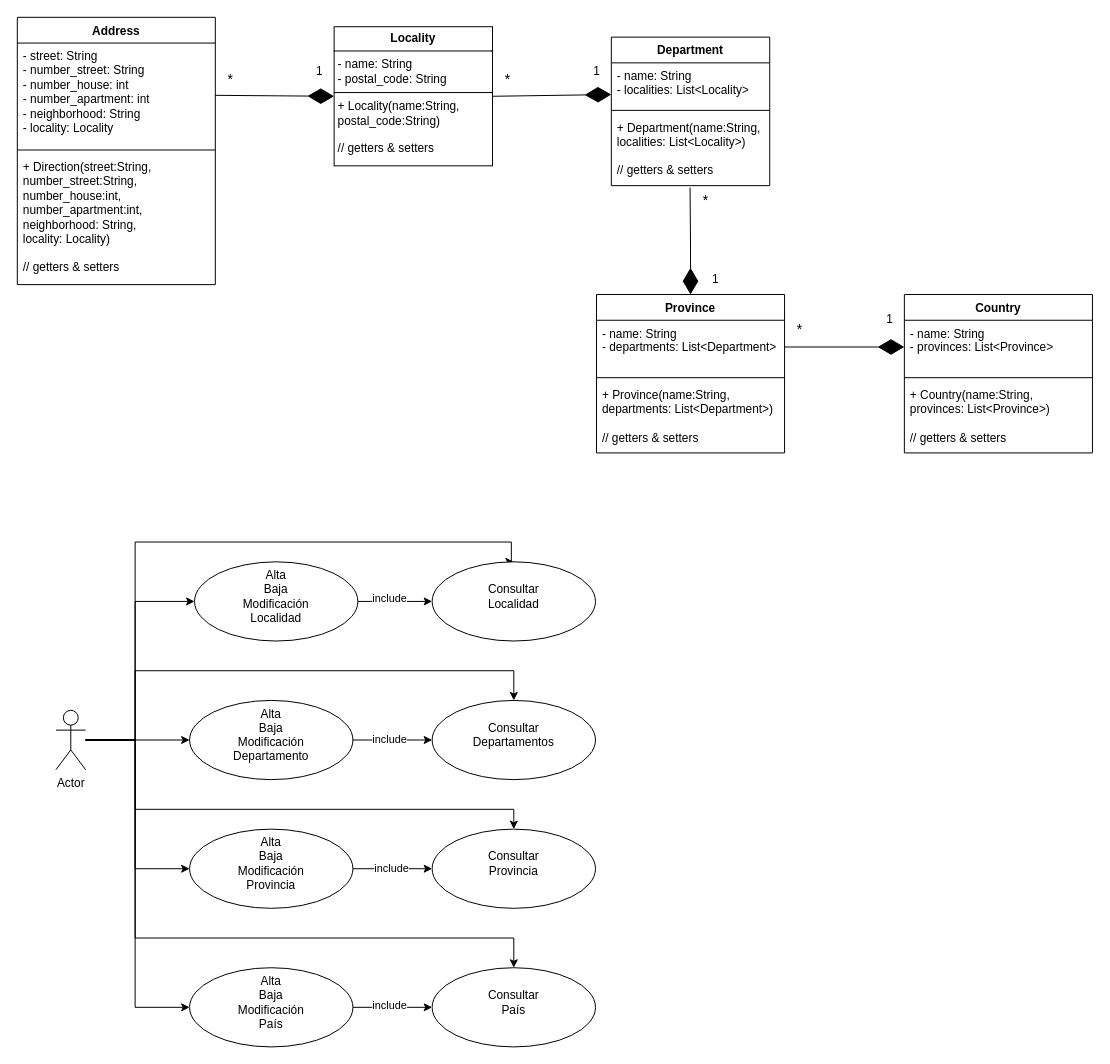
Above: TP1/tp1_1_a.drawio in AriC001/IS2-2025 (draw.io), before the change. Source tidied: cells renumbered, new cells numbered last; positions are measured from the earlier drawing's top-left corner, leaving out a move shared by most shapes. Both pictures are drawn from the tidied source at 99%, with x=0, y=0 at pixel (17, 17).
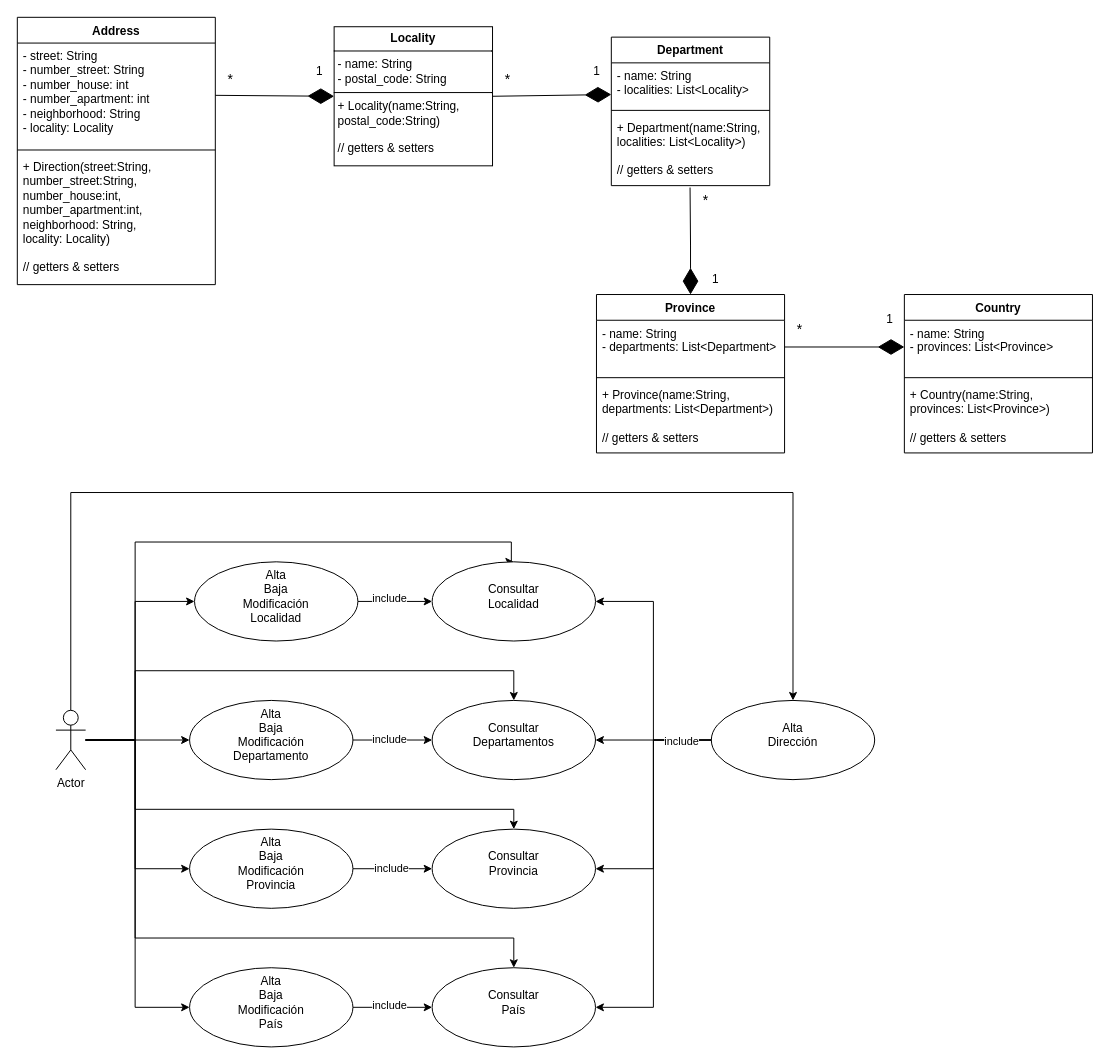
The same diagram, later.

Unchanged cells that the change refers to:
```xml
<mxCell id="10" value="Actor" style="shape=umlActor;verticalLabelPosition=bottom;verticalAlign=top;html=1;" parent="1" vertex="1">
  <mxGeometry x="39" y="700" width="30" height="60" as="geometry" />
</mxCell>
<mxCell id="17" value="&lt;div&gt;&lt;br&gt;&lt;/div&gt;&lt;div&gt;Consultar&lt;br&gt;Localidad&lt;/div&gt;" style="ellipse;whiteSpace=wrap;html=1;verticalAlign=top;" parent="1" vertex="1">
  <mxGeometry x="419" y="550" width="165" height="80" as="geometry" />
</mxCell>
<mxCell id="18" value="&lt;div&gt;&lt;br&gt;&lt;/div&gt;&lt;div&gt;Consultar&lt;br&gt;Departamentos&lt;/div&gt;" style="ellipse;whiteSpace=wrap;html=1;verticalAlign=top;" parent="1" vertex="1">
  <mxGeometry x="419" y="690" width="165" height="80" as="geometry" />
</mxCell>
<mxCell id="22" value="&lt;div&gt;&lt;br&gt;&lt;/div&gt;Consultar&lt;br&gt;Provincia" style="ellipse;whiteSpace=wrap;html=1;verticalAlign=top;" parent="1" vertex="1">
  <mxGeometry x="419" y="820" width="165" height="80" as="geometry" />
</mxCell>
<mxCell id="26" value="&lt;div&gt;&lt;br&gt;&lt;/div&gt;Consultar&lt;br&gt;País" style="ellipse;whiteSpace=wrap;html=1;verticalAlign=top;" parent="1" vertex="1">
  <mxGeometry x="419" y="960" width="165" height="80" as="geometry" />
</mxCell>
```

Diff of the diagram source:
```diff
@@
+    <mxCell id="56" style="edgeStyle=orthogonalEdgeStyle;rounded=0;jettySize=auto;html=1;entryX=0.5;entryY=0;entryDx=0;entryDy=0;" parent="1" edge="1" source="10" target="62">
+      <mxGeometry relative="1" as="geometry">
+        <Array as="points">
+          <mxPoint x="54" y="480" />
+          <mxPoint x="784" y="480" />
+        </Array>
+      </mxGeometry>
+    </mxCell>
@@
+    <mxCell id="57" style="edgeStyle=orthogonalEdgeStyle;rounded=0;jettySize=auto;html=1;entryX=1;entryY=0.5;entryDx=0;entryDy=0;" parent="1" edge="1" source="62" target="17">
+      <mxGeometry relative="1" as="geometry" />
+    </mxCell>
+    <mxCell id="58" style="edgeStyle=orthogonalEdgeStyle;rounded=0;jettySize=auto;html=1;entryX=1;entryY=0.5;entryDx=0;entryDy=0;" parent="1" edge="1" source="62" target="18">
+      <mxGeometry relative="1" as="geometry" />
+    </mxCell>
+    <mxCell id="59" style="edgeStyle=orthogonalEdgeStyle;rounded=0;jettySize=auto;html=1;entryX=1;entryY=0.5;entryDx=0;entryDy=0;" parent="1" edge="1" source="62" target="22">
+      <mxGeometry relative="1" as="geometry" />
+    </mxCell>
+    <mxCell id="60" style="edgeStyle=orthogonalEdgeStyle;rounded=0;jettySize=auto;html=1;entryX=1;entryY=0.5;entryDx=0;entryDy=0;" parent="1" edge="1" source="62" target="26">
+      <mxGeometry relative="1" as="geometry" />
+    </mxCell>
+    <mxCell id="61" value="include" style="edgeLabel;html=1;align=center;verticalAlign=middle;" parent="60" vertex="1">
+      <mxGeometry x="-0.84" y="1" relative="1" as="geometry" />
+    </mxCell>
+    <mxCell id="62" value="&lt;div&gt;&lt;br&gt;&lt;/div&gt;&lt;div&gt;Alta&lt;br&gt;Dirección&lt;/div&gt;" style="ellipse;whiteSpace=wrap;html=1;verticalAlign=top;" parent="1" vertex="1">
+      <mxGeometry x="701" y="690" width="165" height="80" as="geometry" />
+    </mxCell>
```
